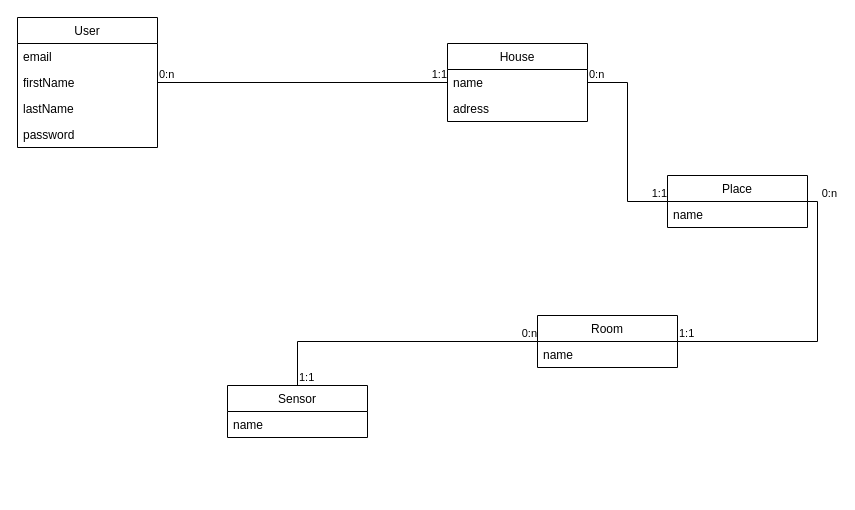
This is diagramme de classes.drawio from kinito62/Consommacteur, a draw.io file, before an edit. Source tidied: cells renumbered, new cells numbered last; positions are measured from the earlier drawing's top-left corner, leaving out a move shared by most shapes. Both pictures are drawn from the tidied source at 100%, with x=0, y=0 at pixel (17, 17).
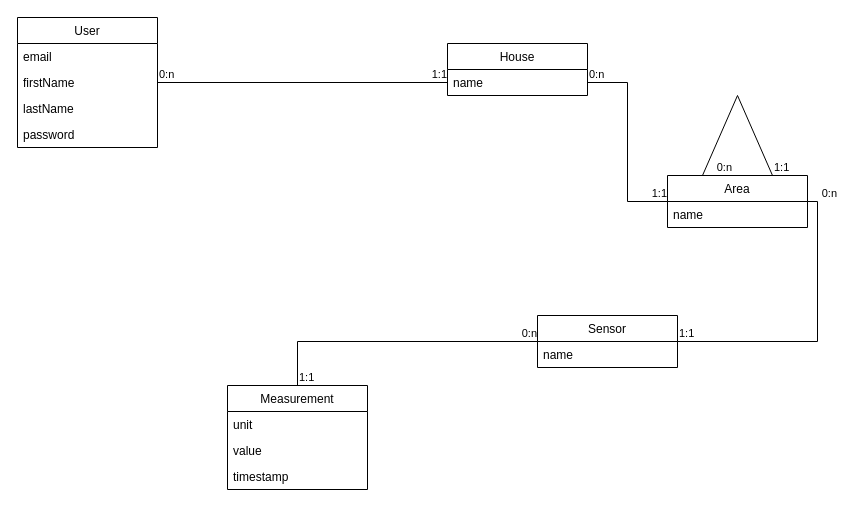
Above is the later version.

The edit, as a diff of the source:
```diff
@@
-    <mxCell id="7" value="Sensor" style="swimlane;fontStyle=0;horizontal=1;startSize=26;fillColor=none;" parent="1" vertex="1">
-      <mxGeometry x="210" y="368" width="140" height="52" as="geometry" />
+    <mxCell id="7" value="Measurement" style="swimlane;fontStyle=0;horizontal=1;startSize=26;fillColor=none;" parent="1" vertex="1">
+      <mxGeometry x="210" y="368" width="140" height="104" as="geometry" />
     </mxCell>
-    <mxCell id="8" value="name" style="text;strokeColor=none;fillColor=none;align=left;verticalAlign=top;spacingLeft=4;spacingRight=4;overflow=hidden;" parent="7" vertex="1">
+    <mxCell id="8" value="unit" style="text;strokeColor=none;fillColor=none;align=left;verticalAlign=top;spacingLeft=4;spacingRight=4;overflow=hidden;" parent="7" vertex="1">
       <mxGeometry y="26" width="140" height="26" as="geometry" />
     </mxCell>
+    <mxCell id="28" value="value" style="text;strokeColor=none;fillColor=none;align=left;verticalAlign=top;spacingLeft=4;spacingRight=4;overflow=hidden;" parent="7" vertex="1">
+      <mxGeometry y="52" width="140" height="26" as="geometry" />
+    </mxCell>
+    <mxCell id="29" value="timestamp" style="text;strokeColor=none;fillColor=none;align=left;verticalAlign=top;spacingLeft=4;spacingRight=4;overflow=hidden;" parent="7" vertex="1">
+      <mxGeometry y="78" width="140" height="26" as="geometry" />
+    </mxCell>
-    <mxCell id="9" value="Place" style="swimlane;fontStyle=0;horizontal=1;startSize=26;fillColor=none;" parent="1" vertex="1">
+    <mxCell id="9" value="Area" style="swimlane;fontStyle=0;horizontal=1;startSize=26;fillColor=none;" parent="1" vertex="1">
       <mxGeometry x="650" y="158" width="140" height="52" as="geometry" />
     </mxCell>
@@
-    <mxCell id="11" value="Room" style="swimlane;fontStyle=0;horizontal=1;startSize=26;fillColor=none;" parent="1" vertex="1">
+    <mxCell id="11" value="Sensor" style="swimlane;fontStyle=0;horizontal=1;startSize=26;fillColor=none;" parent="1" vertex="1">
       <mxGeometry x="520" y="298" width="140" height="52" as="geometry" />
     </mxCell>
@@
     <mxCell id="13" value="House" style="swimlane;fontStyle=0;horizontal=1;startSize=26;fillColor=none;" parent="1" vertex="1">
-      <mxGeometry x="430" y="26" width="140" height="78" as="geometry" />
+      <mxGeometry x="430" y="26" width="140" height="52" as="geometry" />
     </mxCell>
@@
-    <mxCell id="15" value="adress" style="text;strokeColor=none;fillColor=none;align=left;verticalAlign=top;spacingLeft=4;spacingRight=4;overflow=hidden;" parent="13" vertex="1">
-      <mxGeometry y="52" width="140" height="26" as="geometry" />
-    </mxCell>
@@
+    <mxCell id="30" style="endArrow=none;html=1;edgeStyle=orthogonalEdgeStyle;rounded=0;entryX=0.25;entryY=0;entryDx=0;entryDy=0;exitX=0.75;exitY=0;exitDx=0;exitDy=0;" parent="1" edge="1" source="9" target="9">
+      <mxGeometry relative="1" as="geometry">
+        <Array as="points">
+          <mxPoint x="720" y="78" />
+        </Array>
+      </mxGeometry>
+    </mxCell>
+    <mxCell id="31" value="1:1" style="edgeLabel;html=1;align=left;verticalAlign=bottom;" parent="30" vertex="1">
+      <mxGeometry x="-1" relative="1" as="geometry" />
+    </mxCell>
+    <mxCell id="32" value="0:n" style="edgeLabel;html=1;align=right;verticalAlign=bottom;" parent="30" vertex="1">
+      <mxGeometry x="1" relative="1" as="geometry">
+        <mxPoint x="30" as="offset" />
+      </mxGeometry>
+    </mxCell>
```
